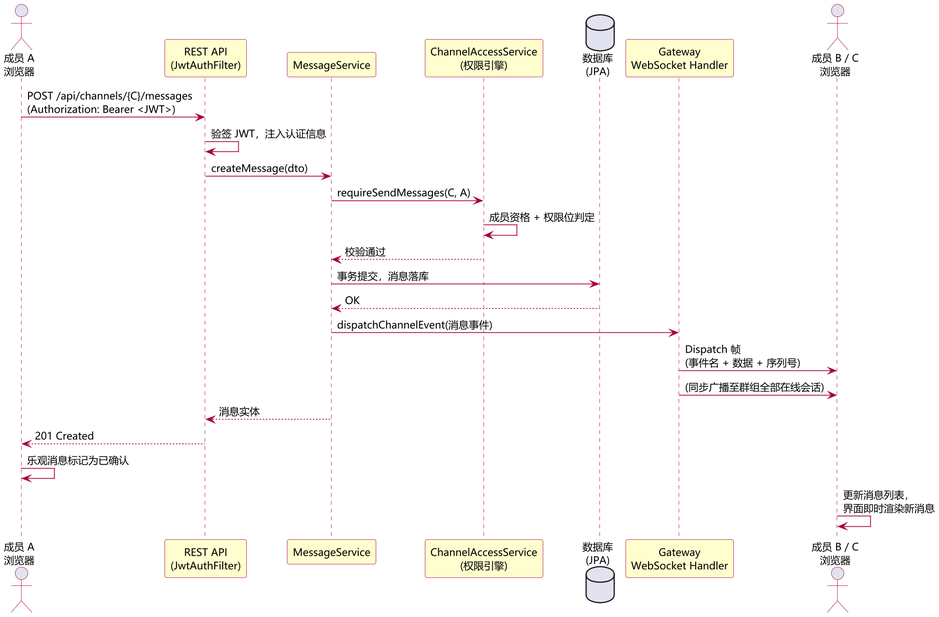
This is docs/figures/fig5-1-sequence.png from Siegfried-Crowley/Chorus, a PlantUML export, as it was before one commit. Its diagram source:
```plantuml
@startuml fig5-1-sequence
skinparam backgroundColor #FFFFFF
skinparam defaultFontName "Microsoft YaHei"
skinparam defaultFontSize 13
skinparam shadowing false
skinparam dpi 150
skinparam ArrowColor #A80036
skinparam sequence {
  ParticipantBackgroundColor #FEFECE
  ParticipantBorderColor #A80036
  ParticipantFontColor #000000
  LifeLineBorderColor #A80036
  GroupBorderColor #A80036
}
skinparam actor {
  BorderColor #A80036
}

actor "成员 A\n浏览器" as A
participant "REST API\n(JwtAuthFilter)" as rest
participant "MessageService" as ms
participant "ChannelAccessService\n(权限引擎)" as cas
database "数据库\n(JPA)" as db
participant "Gateway\nWebSocket Handler" as gw
actor "成员 B / C\n浏览器" as B

A -> rest : POST /api/channels/{C}/messages\n(Authorization: Bearer <JWT>)
rest -> rest : 验签 JWT，注入认证信息
rest -> ms : createMessage(dto)
ms -> cas : requireSendMessages(C, A)
cas -> cas : 成员资格 + 权限位判定
cas --> ms : 校验通过
ms -> db : 事务提交，消息落库
db --> ms : OK
ms -> gw : dispatchChannelEvent(消息事件)
gw -> B : Dispatch 帧\n(事件名 + 数据 + 序列号)
gw -> B : (同步广播至群组全部在线会话)
ms --> rest : 消息实体
rest --> A : 201 Created
A -> A : 乐观消息标记为已确认
B -> B : 更新消息列表，\n界面即时渲染新消息
@enduml
```
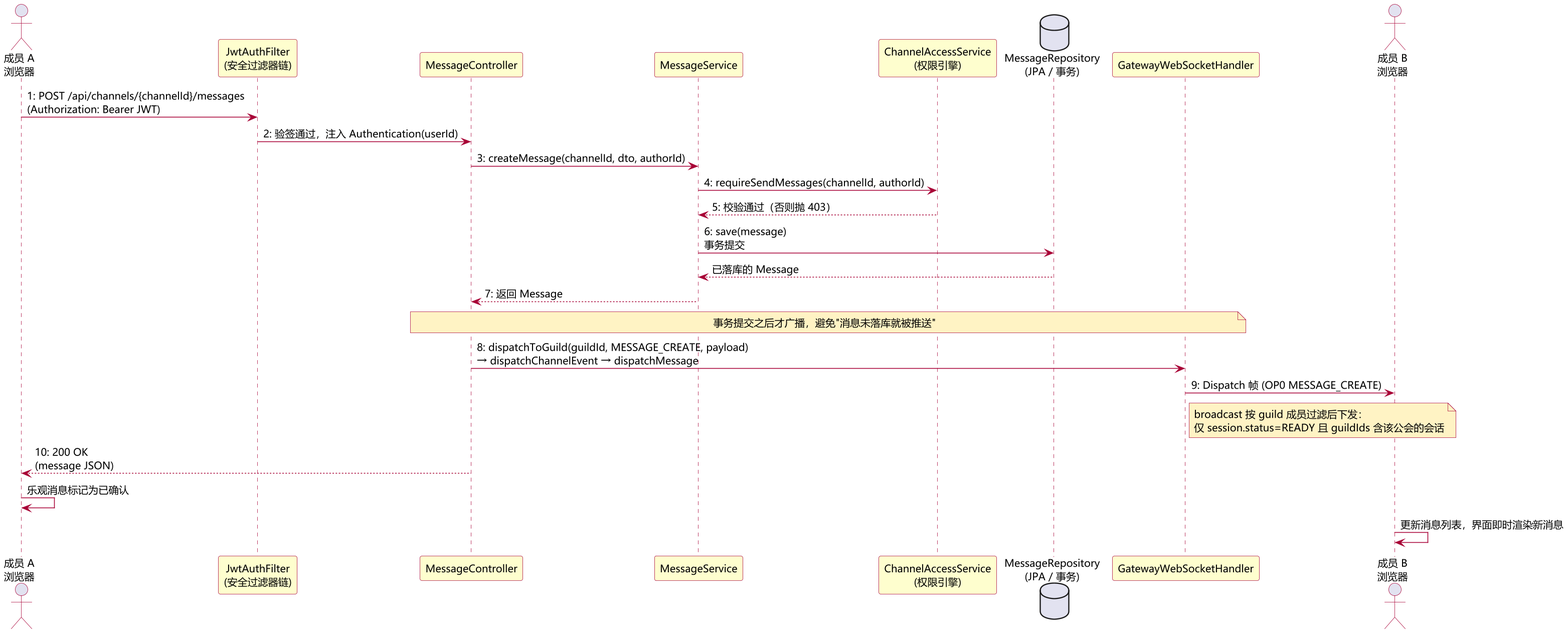
Later version of the same file.

What changed in the source:
```diff
@@ -15,28 +15,38 @@
 skinparam actor {
   BorderColor #A80036
 }
+skinparam note {
+  BackgroundColor #FFF3C4
+  BorderColor #A80036
+}
 
 actor "成员 A\n浏览器" as A
-participant "REST API\n(JwtAuthFilter)" as rest
+participant "JwtAuthFilter\n(安全过滤器链)" as jwt
+participant "MessageController" as ctrl
 participant "MessageService" as ms
 participant "ChannelAccessService\n(权限引擎)" as cas
-database "数据库\n(JPA)" as db
-participant "Gateway\nWebSocket Handler" as gw
-actor "成员 B / C\n浏览器" as B
+database "MessageRepository\n(JPA / 事务)" as repo
+participant "GatewayWebSocketHandler" as gw
+actor "成员 B\n浏览器" as B
 
-A -> rest : POST /api/channels/{C}/messages\n(Authorization: Bearer <JWT>)
-rest -> rest : 验签 JWT，注入认证信息
-rest -> ms : createMessage(dto)
-ms -> cas : requireSendMessages(C, A)
-cas -> cas : 成员资格 + 权限位判定
-cas --> ms : 校验通过
-ms -> db : 事务提交，消息落库
-db --> ms : OK
-ms -> gw : dispatchChannelEvent(消息事件)
-gw -> B : Dispatch 帧\n(事件名 + 数据 + 序列号)
-gw -> B : (同步广播至群组全部在线会话)
-ms --> rest : 消息实体
-rest --> A : 201 Created
+A -> jwt : 1: POST /api/channels/{channelId}/messages\n(Authorization: Bearer JWT)
+jwt -> ctrl : 2: 验签通过，注入 Authentication(userId)
+ctrl -> ms : 3: createMessage(channelId, dto, authorId)
+ms -> cas : 4: requireSendMessages(channelId, authorId)
+cas --> ms : 5: 校验通过（否则抛 403）
+ms -> repo : 6: save(message)\n事务提交
+repo --> ms : 已落库的 Message
+ms --> ctrl : 7: 返回 Message
+note over ctrl, gw
+  事务提交之后才广播，避免"消息未落库就被推送"
+end note
+ctrl -> gw : 8: dispatchToGuild(guildId, MESSAGE_CREATE, payload)\n→ dispatchChannelEvent → dispatchMessage
+gw -> B : 9: Dispatch 帧 (OP0 MESSAGE_CREATE)
+note right of gw
+  broadcast 按 guild 成员过滤后下发：
+  仅 session.status=READY 且 guildIds 含该公会的会话
+end note
+ctrl --> A : 10: 200 OK\n(message JSON)
 A -> A : 乐观消息标记为已确认
-B -> B : 更新消息列表，\n界面即时渲染新消息
+B -> B : 更新消息列表，界面即时渲染新消息
 @enduml
```
